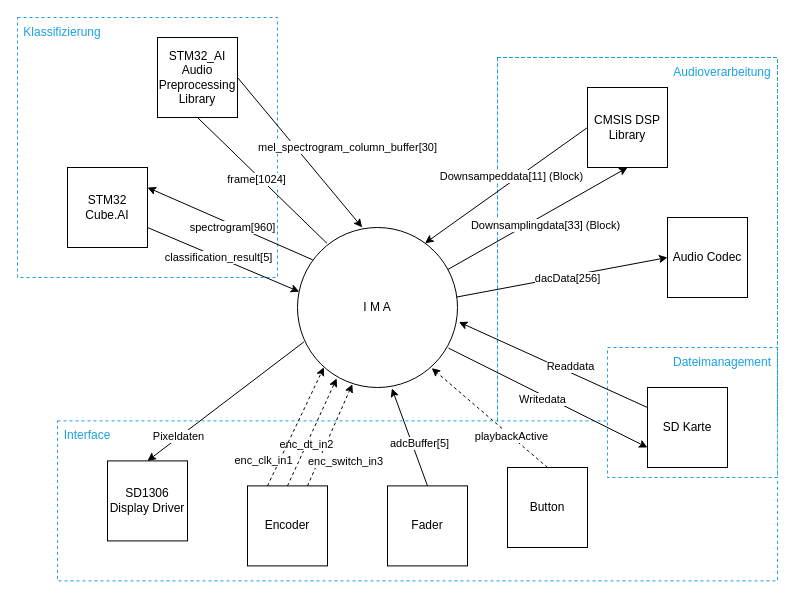
Before: doc/tex/images/04_spezifikation/kontextdiagramm_gesamt.drawio in Shimizip/Intelligent-Magic-Audio, a draw.io diagram. Source tidied: cells renumbered, new cells numbered last; positions are measured from the earlier drawing's top-left corner, leaving out a move shared by most shapes. Both pictures are drawn from the tidied source at 100%, with x=0, y=0 at pixel (17, 17).
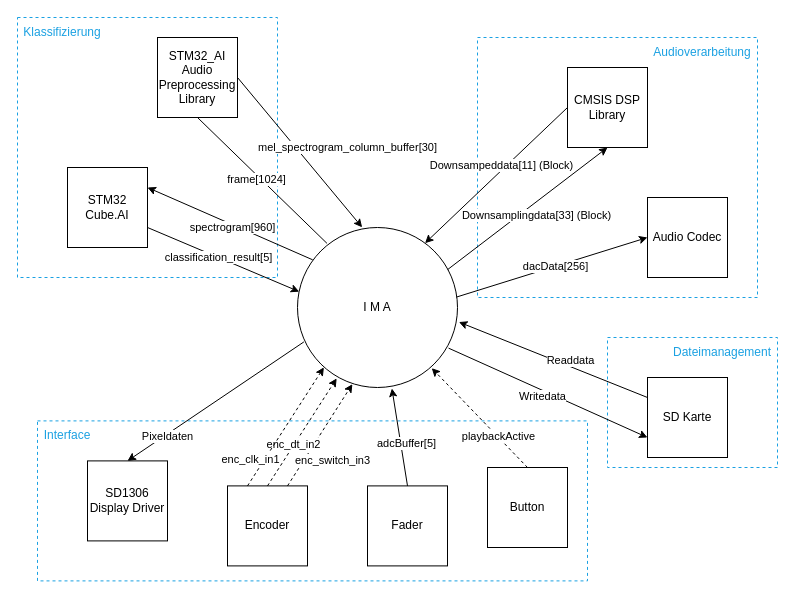
After the change.

Commit message (it also covers changes not shown here):
add fsm and contetxt diagram

What changed in the source:
```diff
@@
     <mxCell id="2" style="rounded=0;whiteSpace=wrap;html=1;fillColor=none;dashed=1;strokeColor=#1ba1e2;" parent="1" vertex="1">
-      <mxGeometry x="40" y="403.4" width="720" height="160" as="geometry" />
+      <mxGeometry x="20" y="403.4" width="550" height="160" as="geometry" />
     </mxCell>
-    <mxCell id="3" style="rounded=0;whiteSpace=wrap;html=1;fillColor=default;strokeColor=#1ba1e2;dashed=1;" parent="1" vertex="1">
-      <mxGeometry x="590" y="330" width="170" height="130" as="geometry" />
+    <mxCell id="3" style="rounded=0;whiteSpace=wrap;html=1;fillColor=none;strokeColor=#1ba1e2;dashed=1;" parent="1" vertex="1">
+      <mxGeometry x="590" y="320" width="170" height="130" as="geometry" />
     </mxCell>
@@
-    <mxCell id="5" style="rounded=0;whiteSpace=wrap;html=1;fillColor=none;dashed=1;strokeColor=#1BA1E2;shape=partialRectangle;bottom=0;" parent="1" vertex="1">
-      <mxGeometry x="480" y="40" width="280" height="363.4" as="geometry" />
+    <mxCell id="5" style="rounded=0;whiteSpace=wrap;html=1;fillColor=none;dashed=1;strokeColor=#1BA1E2;" parent="1" vertex="1">
+      <mxGeometry x="460" y="20" width="280" height="260" as="geometry" />
     </mxCell>
     <mxCell id="6" value="Audioverarbeitung" style="text;html=1;strokeColor=none;fillColor=none;align=center;verticalAlign=middle;whiteSpace=wrap;rounded=0;fontColor=#1BA1E2;" parent="1" vertex="1">
-      <mxGeometry x="650" y="40" width="110" height="30" as="geometry" />
+      <mxGeometry x="630" y="20" width="110" height="30" as="geometry" />
     </mxCell>
     <mxCell id="7" value="Interface" style="text;html=1;strokeColor=none;fillColor=none;align=center;verticalAlign=middle;whiteSpace=wrap;rounded=0;fontColor=#1BA1E2;" parent="1" vertex="1">
-      <mxGeometry x="40" y="403.4" width="60" height="30" as="geometry" />
+      <mxGeometry x="20" y="403.4" width="60" height="30" as="geometry" />
     </mxCell>
@@
     <mxCell id="13" value="CMSIS DSP Library" style="rounded=0;whiteSpace=wrap;html=1;" parent="1" vertex="1">
-      <mxGeometry x="570" y="70" width="80" height="80" as="geometry" />
+      <mxGeometry x="550" y="50" width="80" height="80" as="geometry" />
     </mxCell>
@@
     <mxCell id="17" value="SD1306&lt;br&gt;Display Driver" style="rounded=0;whiteSpace=wrap;html=1;" parent="1" vertex="1">
-      <mxGeometry x="90" y="443.4" width="80" height="80" as="geometry" />
+      <mxGeometry x="70" y="443.4" width="80" height="80" as="geometry" />
     </mxCell>
     <mxCell id="18" value="Encoder" style="rounded=0;whiteSpace=wrap;html=1;" parent="1" vertex="1">
-      <mxGeometry x="230" y="468.4" width="80" height="80" as="geometry" />
+      <mxGeometry x="210" y="468.4" width="80" height="80" as="geometry" />
     </mxCell>
     <mxCell id="19" value="Fader" style="rounded=0;whiteSpace=wrap;html=1;" parent="1" vertex="1">
-      <mxGeometry x="370" y="468.4" width="80" height="80" as="geometry" />
+      <mxGeometry x="350" y="468.4" width="80" height="80" as="geometry" />
     </mxCell>
     <mxCell id="20" value="Audio Codec" style="rounded=0;whiteSpace=wrap;html=1;" parent="1" vertex="1">
-      <mxGeometry x="650" y="200" width="80" height="80" as="geometry" />
+      <mxGeometry x="630" y="180" width="80" height="80" as="geometry" />
     </mxCell>
     <mxCell id="21" value="Button" style="rounded=0;whiteSpace=wrap;html=1;" parent="1" vertex="1">
-      <mxGeometry x="490" y="450" width="80" height="80" as="geometry" />
+      <mxGeometry x="470" y="450" width="80" height="80" as="geometry" />
     </mxCell>
     <mxCell id="22" value="SD Karte" style="rounded=0;whiteSpace=wrap;html=1;" parent="1" vertex="1">
-      <mxGeometry x="630" y="370" width="80" height="80" as="geometry" />
+      <mxGeometry x="630" y="360" width="80" height="80" as="geometry" />
     </mxCell>
@@
     <mxCell id="49" value="Dateimanagement" style="text;html=1;strokeColor=none;fillColor=none;align=center;verticalAlign=middle;whiteSpace=wrap;rounded=0;fontColor=#1BA1E2;" parent="1" vertex="1">
-      <mxGeometry x="650" y="330" width="110" height="30" as="geometry" />
+      <mxGeometry x="650" y="320" width="110" height="30" as="geometry" />
     </mxCell>
```
